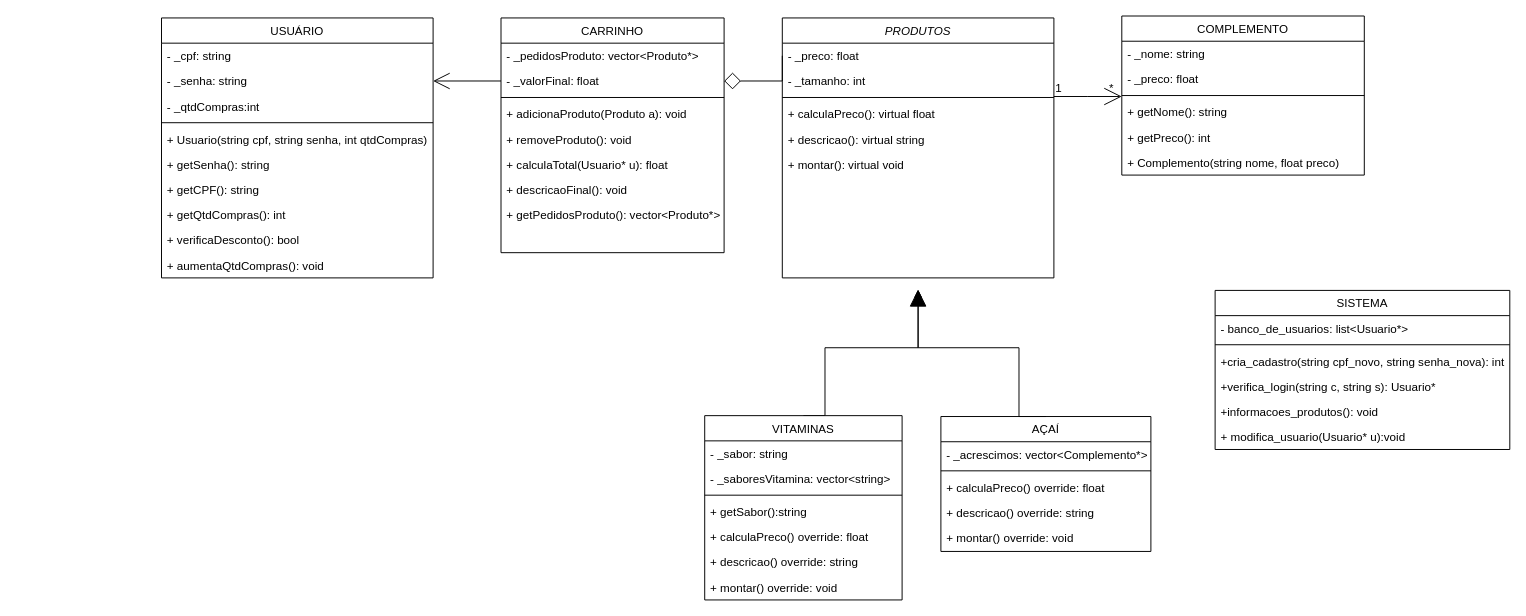
This is DiagramaDeClasses.drawio from leticiaacs/TPFinal, a draw.io file, before an edit. Source tidied: cells renumbered, new cells numbered last; positions are measured from the earlier drawing's top-left corner, leaving out a move shared by most shapes. Both pictures are drawn from the tidied source at 97%, with x=0, y=0 at pixel (161, 16).
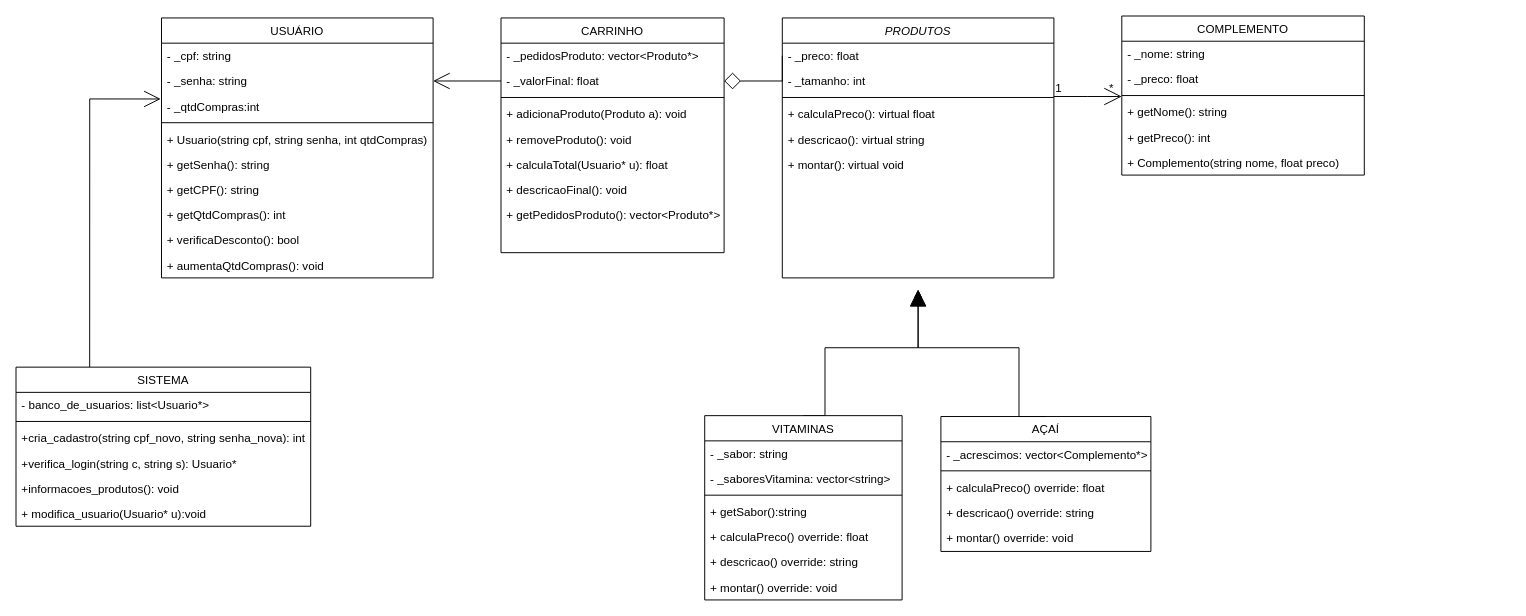
After the change.

Commit message:
relacao sistema-usuario

The change refers to these unchanged cells:
```xml
<mxCell id="22" value="- _qtdCompras:int" style="text;align=left;verticalAlign=top;spacingLeft=4;spacingRight=4;overflow=hidden;points=[[0,0.5],[1,0.5]];portConstraint=eastwest;rounded=0;shadow=0;html=0;" parent="19" vertex="1">
  <mxGeometry y="78" width="280" height="26" as="geometry" />
</mxCell>
```

The edit, as a diff of the source:
```diff
@@
+    <mxCell id="64" style="edgeStyle=orthogonalEdgeStyle;rounded=0;jettySize=auto;html=1;exitX=0.25;exitY=0;exitDx=0;exitDy=0;entryX=-0.003;entryY=0.213;entryDx=0;entryDy=0;entryPerimeter=0;endSize=15;endArrow=open;endFill=0;" parent="1" edge="1" source="55" target="22">
+      <mxGeometry relative="1" as="geometry" />
+    </mxCell>
     <mxCell id="55" value="SISTEMA" style="swimlane;fontStyle=0;align=center;verticalAlign=top;horizontal=1;startSize=26;rounded=0;shadow=0;strokeWidth=1;" parent="1" vertex="1">
-      <mxGeometry x="1086.2" y="282.9" width="303.8" height="164" as="geometry" />
+      <mxGeometry x="-150" y="362" width="303.8" height="164" as="geometry" />
     </mxCell>
```
